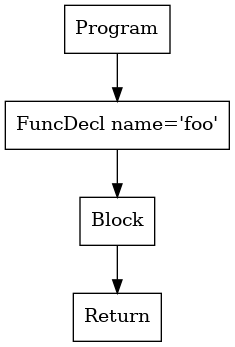
dada1802/cs432-project keeps this Graphviz diagram as p2-parser/tree.png. Above is the earlier version. Its source is kept beside it as p2-parser/tree.dot.
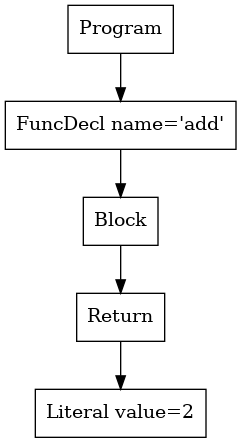
After the commit.

Change to the diagram source:
```diff
@@ -1,8 +1,10 @@
 digraph AST {
+4 [shape=box, label="Literal value=2"];
 3 [shape=box, label="Return"];
+3 -> 4;
 2 [shape=box, label="Block"];
 2 -> 3;
-1 [shape=box, label="FuncDecl name='foo'"];
+1 [shape=box, label="FuncDecl name='add'"];
 1 -> 2;
 0 [shape=box, label="Program"];
 0 -> 1;
```
